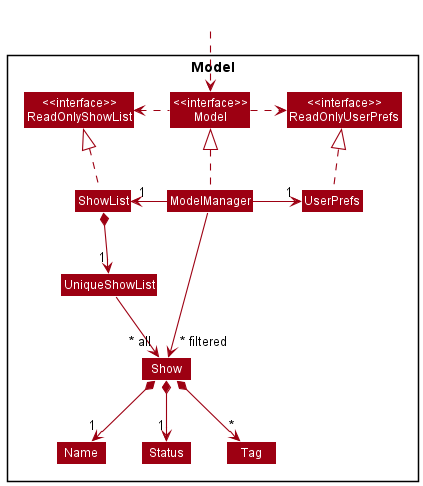
This is docs/images/ModelClassDiagram.png from nus-cs2103-AY2122S2/tp, a PlantUML export, as it was before one commit.
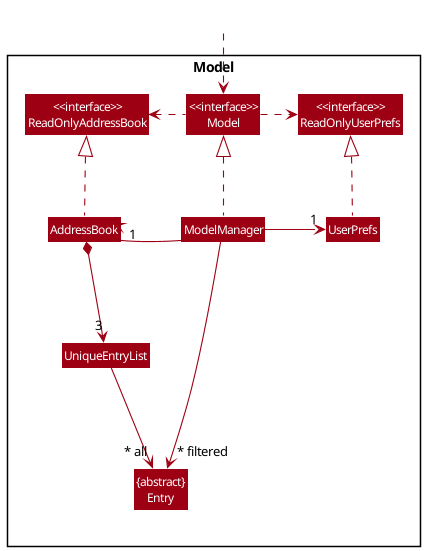
The same file after the commit.

Diff of the diagram source:
```diff
@@ -5,41 +5,32 @@
 skinparam classBackgroundColor MODEL_COLOR
 
 Package Model <<Rectangle>>{
-Class "<<interface>>\nReadOnlyShowList" as ReadOnlyShowList
+Class "<<interface>>\nReadOnlyAddressBook" as ReadOnlyAddressBook
 Class "<<interface>>\nReadOnlyUserPrefs" as ReadOnlyUserPrefs
 Class "<<interface>>\nModel" as Model
-Class ShowList
+Class AddressBook
 Class ModelManager
 Class UserPrefs
 
-Class UniqueShowList
-Class Show
-Class Status
-Class Name
-Class Tag
+Class UniqueEntryList
+Class "{abstract}\nEntry" as Entry
 
 }
 
 Class HiddenOutside #FFFFFF
 HiddenOutside ..> Model
 
-ShowList .up.|> ReadOnlyShowList
+AddressBook .up.|> ReadOnlyAddressBook
 
 ModelManager .up.|> Model
 Model .right.> ReadOnlyUserPrefs
-Model .left.> ReadOnlyShowList
-ModelManager -left-> "1" ShowList
+Model .left.> ReadOnlyAddressBook
+ModelManager -left-> "1" AddressBook
 ModelManager -right-> "1" UserPrefs
 UserPrefs .up.|> ReadOnlyUserPrefs
 
-ShowList *--> "1" UniqueShowList
-UniqueShowList --> "~* all" Show
-Show *--> "1" Name
-Show *--> "1" Status
-Show *--> "*" Tag
+AddressBook *--> "3" UniqueEntryList
+UniqueEntryList --> "~* all" Entry
 
-Name -[hidden]right-> Status
-Status -[hidden]right->  Tag
-
-ModelManager -->"~* filtered" Show
+ModelManager -->"~* filtered" Entry
 @enduml
```
